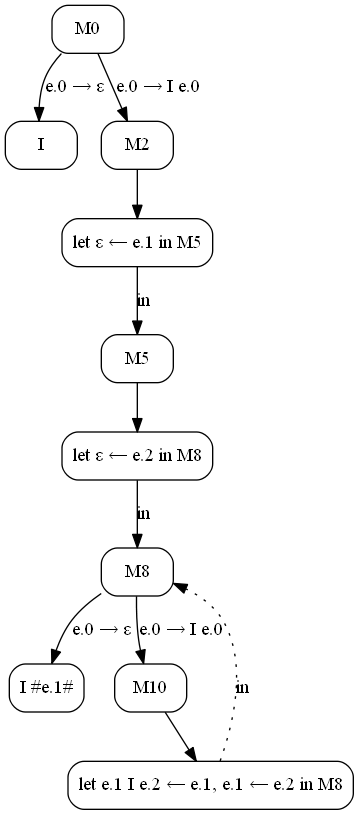
This is pics/6140-fib2.png from Mazdaywik/mazdaywik.github.io, a Graphviz export, as it was before one commit. Its source is kept beside it as pics/6140-fib2.dot. Source of this version:
```dot
digraph {
  node [shape=box, style=rounded];

  M0;
  M1 [label="I"];
  M0 -> M1 [label="e.0 → ε"];
  M2;
  M0 -> M2 [label="e.0 → I e.0"];
  M3 [label="let ε ← e.1 in M5"];
  M2 -> M3;
  M5;
  M3 -> M5 [label="in"];
  M6 [label="let ε ← e.2 in M8"];
  M5 -> M6;
  M8;
  M6 -> M8 [label="in"];
  M9 [label="I #e.1#"]
  M8 -> M9 [label="e.0 → ε"];
  M10;
  M8 -> M10 [label="e.0 → I e.0"];
  M11 [label="let e.1 I e.2 ← e.1, e.1 ← e.2 in M8"];
  M10 -> M11;
  M11 -> M8 [label="in", style=dotted];
}
```
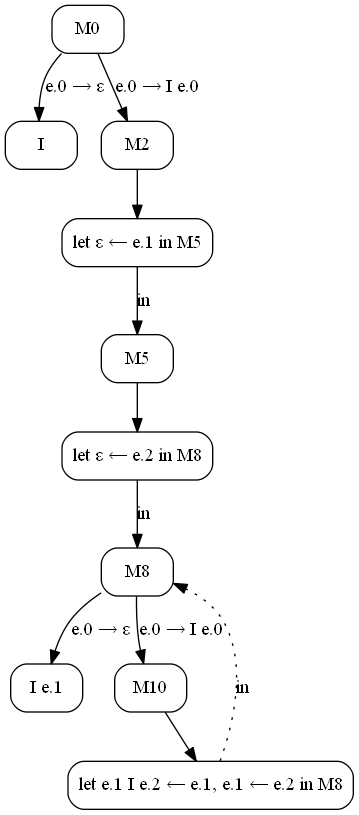
Above is the later version.

What changed in the source:
```diff
@@ -14,7 +14,7 @@
   M5 -> M6;
   M8;
   M6 -> M8 [label="in"];
-  M9 [label="I #e.1#"]
+  M9 [label="I e.1"]
   M8 -> M9 [label="e.0 → ε"];
   M10;
   M8 -> M10 [label="e.0 → I e.0"];
```
